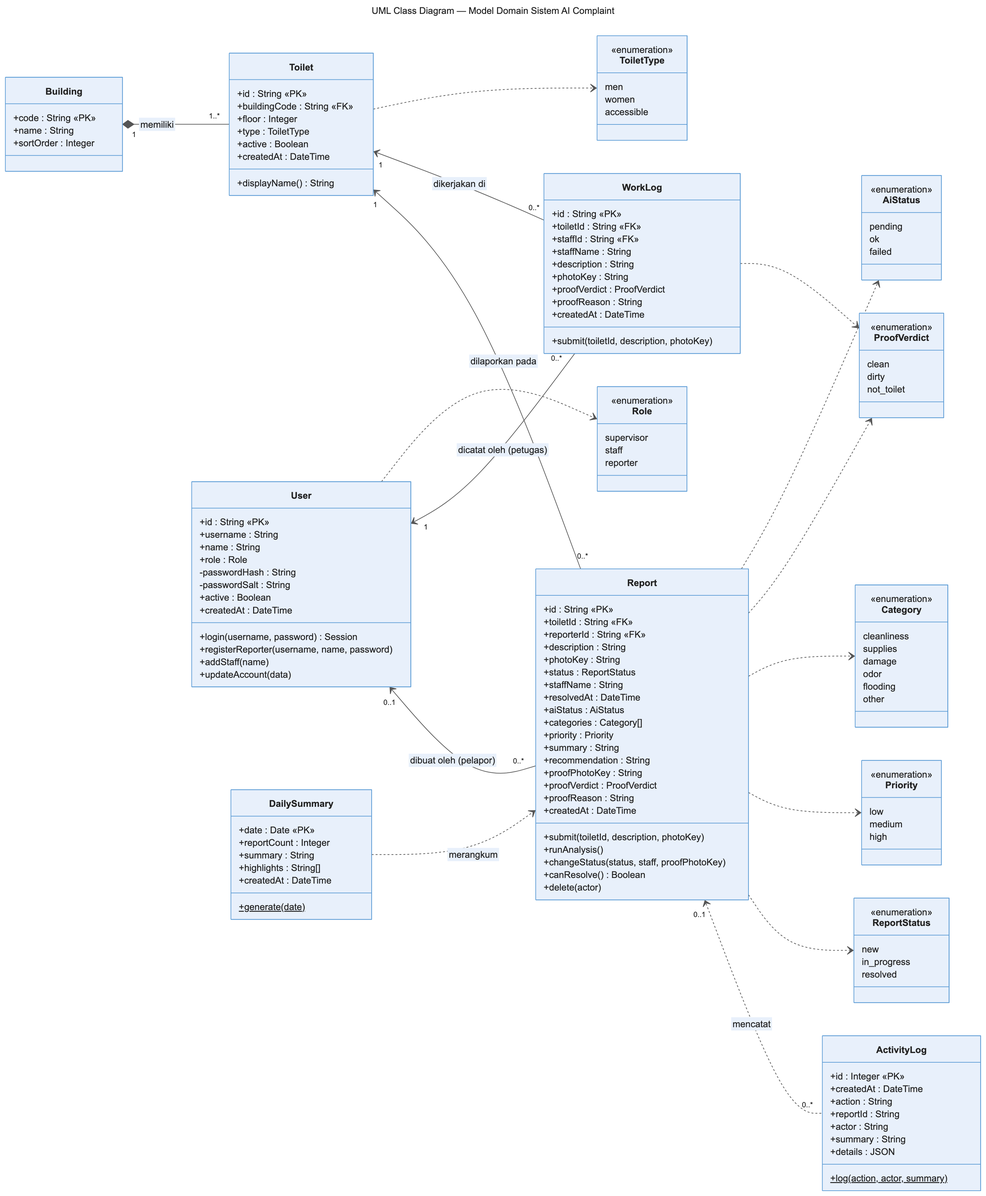
The Mermaid diagram docs/diagram/uml-class.png in rdnsa/AI-complaint, before a commit. Its source is kept beside it as docs/diagram/src/uml-class.mmd. Source of this version:
```mermaid
---
title: UML Class Diagram — Model Domain Sistem AI Complaint
---
classDiagram
  direction LR

  class Building {
    +code : String «PK»
    +name : String
    +sortOrder : Integer
  }
  class Toilet {
    +id : String «PK»
    +buildingCode : String «FK»
    +floor : Integer
    +type : ToiletType
    +active : Boolean
    +createdAt : DateTime
    +displayName() String
  }
  class User {
    +id : String «PK»
    +username : String
    +name : String
    +role : Role
    -passwordHash : String
    -passwordSalt : String
    +active : Boolean
    +createdAt : DateTime
    +login(username, password) Session
    +registerReporter(username, name, password)
    +addStaff(name)
    +updateAccount(data)
  }
  class Report {
    +id : String «PK»
    +toiletId : String «FK»
    +reporterId : String «FK»
    +description : String
    +photoKey : String
    +status : ReportStatus
    +staffName : String
    +resolvedAt : DateTime
    +aiStatus : AiStatus
    +categories : Category[]
    +priority : Priority
    +summary : String
    +recommendation : String
    +proofPhotoKey : String
    +proofVerdict : ProofVerdict
    +proofReason : String
    +createdAt : DateTime
    +submit(toiletId, description, photoKey)
    +runAnalysis()
    +changeStatus(status, staff, proofPhotoKey)
    +canResolve() Boolean
    +delete(actor)
  }
  class WorkLog {
    +id : String «PK»
    +toiletId : String «FK»
    +staffId : String «FK»
    +staffName : String
    +description : String
    +photoKey : String
    +proofVerdict : ProofVerdict
    +proofReason : String
    +createdAt : DateTime
    +submit(toiletId, description, photoKey)
  }
  class DailySummary {
    +date : Date «PK»
    +reportCount : Integer
    +summary : String
    +highlights : String[]
    +createdAt : DateTime
    +generate(date)$
  }
  class ActivityLog {
    +id : Integer «PK»
    +createdAt : DateTime
    +action : String
    +reportId : String
    +actor : String
    +summary : String
    +details : JSON
    +log(action, actor, summary)$
  }

  class Role {
    <<enumeration>>
    supervisor
    staff
    reporter
  }
  class ReportStatus {
    <<enumeration>>
    new
    in_progress
    resolved
  }
  class Priority {
    <<enumeration>>
    low
    medium
    high
  }
  class Category {
    <<enumeration>>
    cleanliness
    supplies
    damage
    odor
    flooding
    other
  }
  class ProofVerdict {
    <<enumeration>>
    clean
    dirty
    not_toilet
  }
  class AiStatus {
    <<enumeration>>
    pending
    ok
    failed
  }
  class ToiletType {
    <<enumeration>>
    men
    women
    accessible
  }

  Building "1" *-- "1..*" Toilet : memiliki
  Toilet "1" <-- "0..*" Report : dilaporkan pada
  User "0..1" <-- "0..*" Report : dibuat oleh (pelapor)
  Toilet "1" <-- "0..*" WorkLog : dikerjakan di
  User "1" <-- "0..*" WorkLog : dicatat oleh (petugas)
  Report "0..1" <.. "0..*" ActivityLog : mencatat
  DailySummary ..> Report : merangkum

  User ..> Role
  Toilet ..> ToiletType
  Report ..> ReportStatus
  Report ..> Priority
  Report ..> Category
  Report ..> ProofVerdict
  Report ..> AiStatus
  WorkLog ..> ProofVerdict
```
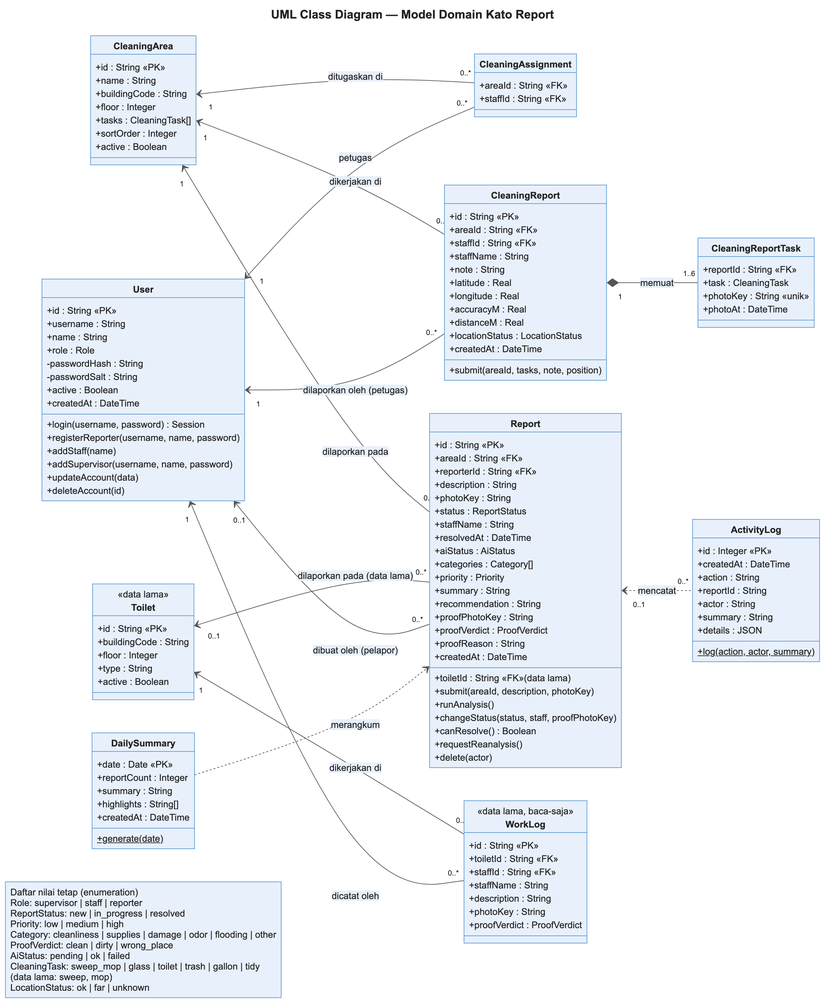
After the commit.

Diff of the diagram source:
```diff
@@ -1,22 +1,21 @@
 ---
-title: UML Class Diagram — Model Domain Sistem AI Complaint
+title: UML Class Diagram — Model Domain Kato Report
 ---
 classDiagram
   direction LR
 
-  class Building {
-    +code : String «PK»
+  class CleaningArea {
+    +id : String «PK»
     +name : String
+    +buildingCode : String
+    +floor : Integer
+    +tasks : CleaningTask[]
     +sortOrder : Integer
+    +active : Boolean
   }
-  class Toilet {
-    +id : String «PK»
-    +buildingCode : String «FK»
-    +floor : Integer
-    +type : ToiletType
-    +active : Boolean
-    +createdAt : DateTime
-    +displayName() String
+  class CleaningAssignment {
+    +areaId : String «FK»
+    +staffId : String «FK»
   }
   class User {
     +id : String «PK»
@@ -30,11 +29,14 @@
     +login(username, password) Session
     +registerReporter(username, name, password)
     +addStaff(name)
+    +addSupervisor(username, name, password)
     +updateAccount(data)
+    +deleteAccount(id)
   }
   class Report {
     +id : String «PK»
-    +toiletId : String «FK»
+    +areaId : String «FK»
+    +toiletId : String «FK» (data lama)
     +reporterId : String «FK»
     +description : String
     +photoKey : String
@@ -50,23 +52,32 @@
     +proofVerdict : ProofVerdict
     +proofReason : String
     +createdAt : DateTime
-    +submit(toiletId, description, photoKey)
+    +submit(areaId, description, photoKey)
     +runAnalysis()
     +changeStatus(status, staff, proofPhotoKey)
     +canResolve() Boolean
+    +requestReanalysis()
     +delete(actor)
   }
-  class WorkLog {
+  class CleaningReport {
     +id : String «PK»
-    +toiletId : String «FK»
+    +areaId : String «FK»
     +staffId : String «FK»
     +staffName : String
-    +description : String
-    +photoKey : String
-    +proofVerdict : ProofVerdict
-    +proofReason : String
+    +note : String
+    +latitude : Real
+    +longitude : Real
+    +accuracyM : Real
+    +distanceM : Real
+    +locationStatus : LocationStatus
     +createdAt : DateTime
-    +submit(toiletId, description, photoKey)
+    +submit(areaId, tasks, note, position)
+  }
+  class CleaningReportTask {
+    +reportId : String «FK»
+    +task : CleaningTask
+    +photoKey : String «unik»
+    +photoAt : DateTime
   }
   class DailySummary {
     +date : Date «PK»
@@ -86,66 +97,36 @@
     +details : JSON
     +log(action, actor, summary)$
   }
-
-  class Role {
-    <<enumeration>>
-    supervisor
-    staff
-    reporter
+  class WorkLog {
+    <<data lama, baca-saja>>
+    +id : String «PK»
+    +toiletId : String «FK»
+    +staffId : String «FK»
+    +staffName : String
+    +description : String
+    +photoKey : String
+    +proofVerdict : ProofVerdict
   }
-  class ReportStatus {
-    <<enumeration>>
-    new
-    in_progress
-    resolved
-  }
-  class Priority {
-    <<enumeration>>
-    low
-    medium
-    high
-  }
-  class Category {
-    <<enumeration>>
-    cleanliness
-    supplies
-    damage
-    odor
-    flooding
-    other
-  }
-  class ProofVerdict {
-    <<enumeration>>
-    clean
-    dirty
-    not_toilet
-  }
-  class AiStatus {
-    <<enumeration>>
-    pending
-    ok
-    failed
-  }
-  class ToiletType {
-    <<enumeration>>
-    men
-    women
-    accessible
+  class Toilet {
+    <<data lama>>
+    +id : String «PK»
+    +buildingCode : String
+    +floor : Integer
+    +type : String
+    +active : Boolean
   }
 
-  Building "1" *-- "1..*" Toilet : memiliki
-  Toilet "1" <-- "0..*" Report : dilaporkan pada
+  note "Daftar nilai tetap (enumeration)\nRole: supervisor | staff | reporter\nReportStatus: new | in_progress | resolved\nPriority: low | medium | high\nCategory: cleanliness | supplies | damage | odor | flooding | other\nProofVerdict: clean | dirty | wrong_place\nAiStatus: pending | ok | failed\nCleaningTask: sweep_mop | glass | toilet | trash | gallon | tidy\n(data lama: sweep, mop)\nLocationStatus: ok | far | unknown"
+
+  CleaningArea "1" <-- "0..*" Report : dilaporkan pada
+  Toilet "0..1" <-- "0..*" Report : dilaporkan pada (data lama)
   User "0..1" <-- "0..*" Report : dibuat oleh (pelapor)
+  CleaningArea "1" <-- "0..*" CleaningReport : dikerjakan di
+  User "1" <-- "0..*" CleaningReport : dilaporkan oleh (petugas)
+  CleaningReport "1" *-- "1..6" CleaningReportTask : memuat
+  CleaningArea "1" <-- "0..*" CleaningAssignment : ditugaskan di
+  User "1" <-- "0..*" CleaningAssignment : petugas
   Toilet "1" <-- "0..*" WorkLog : dikerjakan di
-  User "1" <-- "0..*" WorkLog : dicatat oleh (petugas)
+  User "1" <-- "0..*" WorkLog : dicatat oleh
   Report "0..1" <.. "0..*" ActivityLog : mencatat
   DailySummary ..> Report : merangkum
-
-  User ..> Role
-  Toilet ..> ToiletType
-  Report ..> ReportStatus
-  Report ..> Priority
-  Report ..> Category
-  Report ..> ProofVerdict
-  Report ..> AiStatus
-  WorkLog ..> ProofVerdict
```
